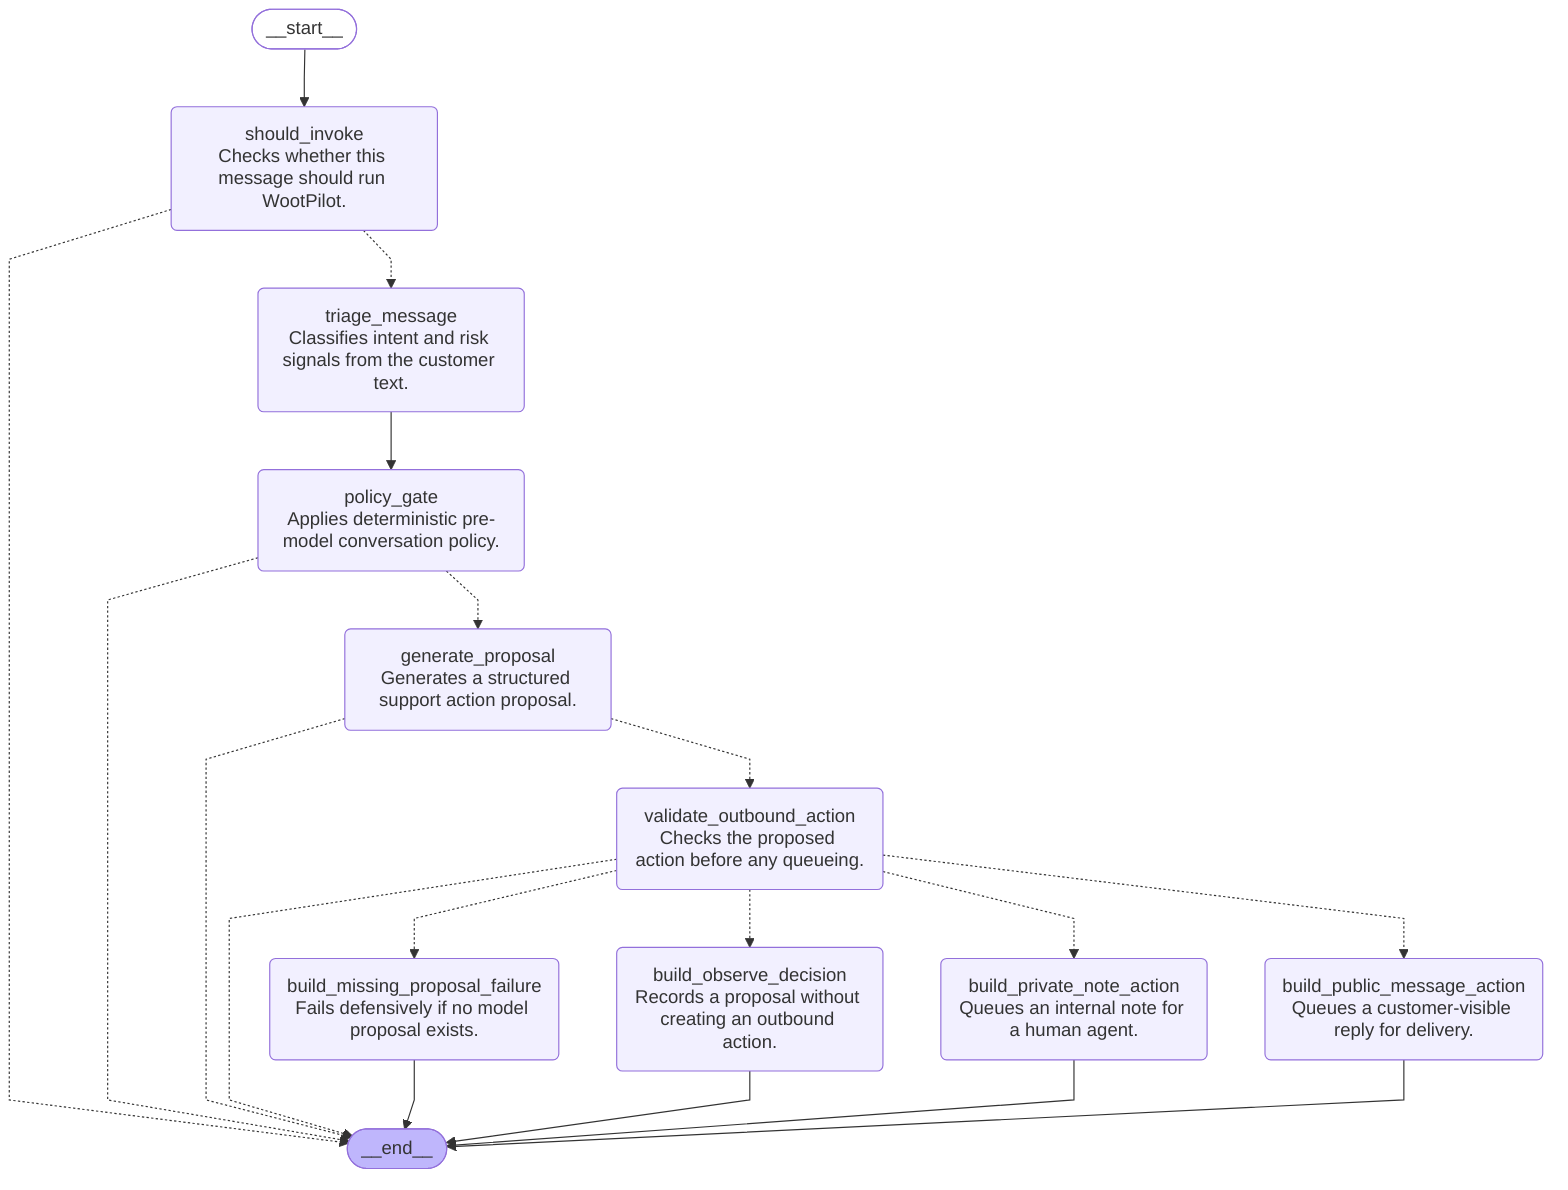
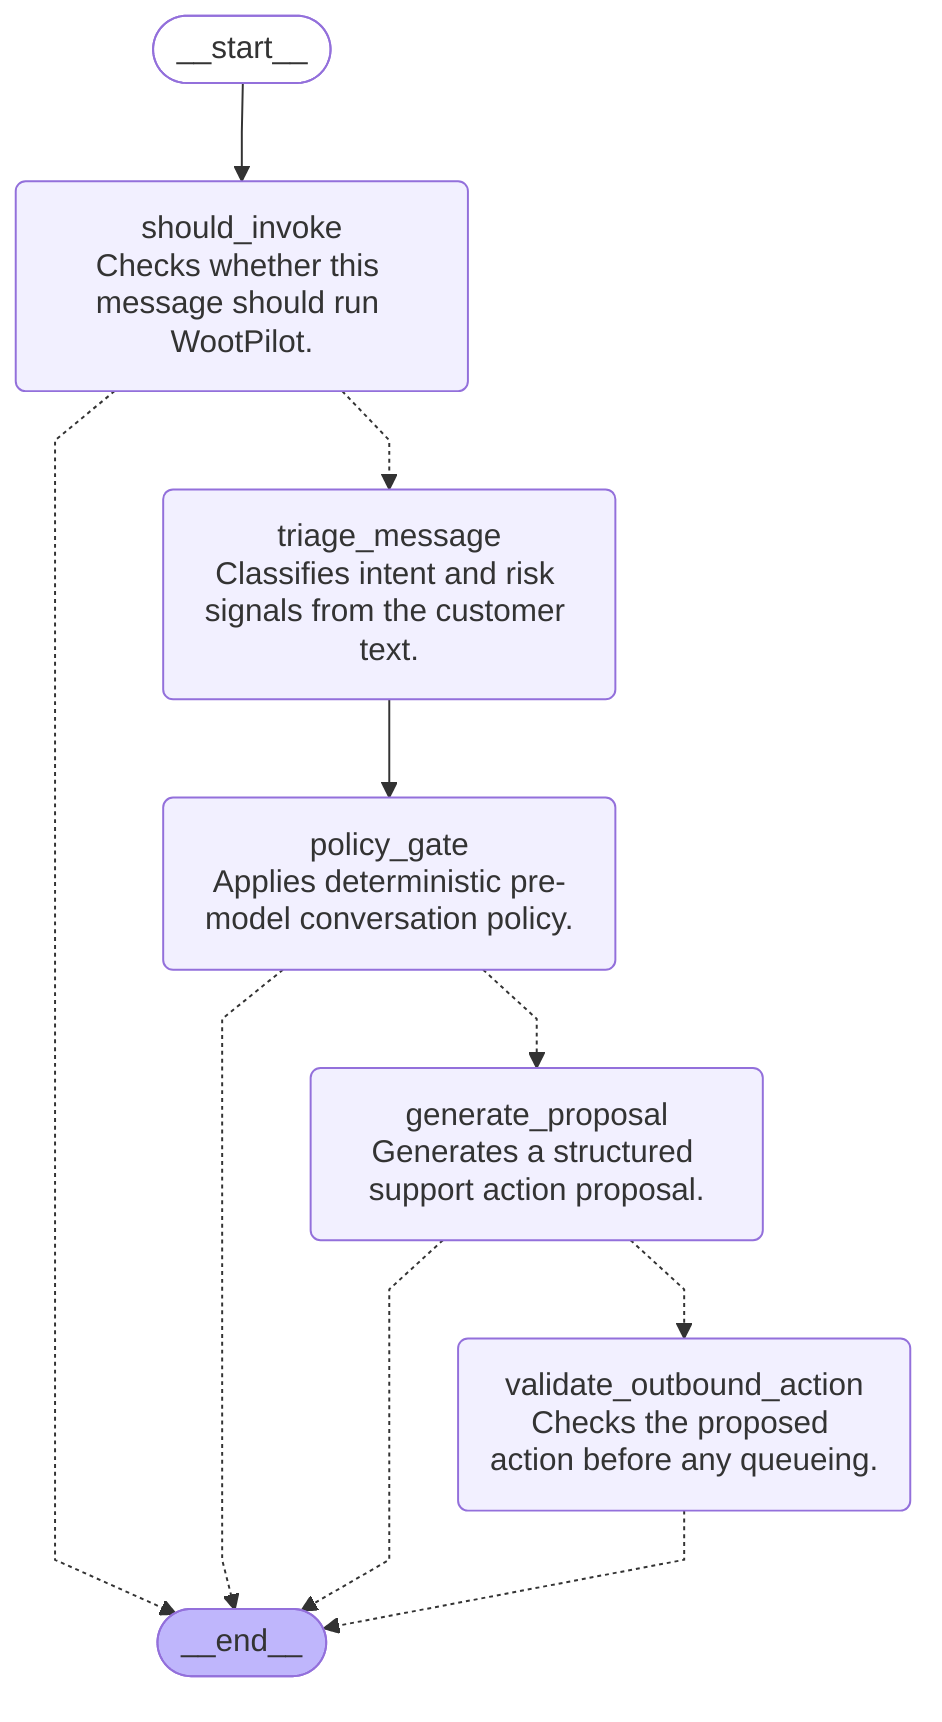
---
config:
  flowchart:
    curve: linear
---
graph TD;
	__start__([<p>__start__</p>]):::first
	should_invoke("should_invoke<br/>Checks whether this message should run WootPilot.")
	triage_message("triage_message<br/>Classifies intent and risk signals from the customer text.")
	policy_gate("policy_gate<br/>Applies deterministic pre-model conversation policy.")
	generate_proposal("generate_proposal<br/>Generates a structured support action proposal.")
	validate_outbound_action("validate_outbound_action<br/>Checks the proposed action before any queueing.")
- 	build_observe_decision("build_observe_decision<br/>Records a proposal without creating an outbound action.")
- 	build_private_note_action("build_private_note_action<br/>Queues an internal note for a human agent.")
- 	build_public_message_action("build_public_message_action<br/>Queues a customer-visible reply for delivery.")
- 	build_missing_proposal_failure("build_missing_proposal_failure<br/>Fails defensively if no model proposal exists.")
	__end__([<p>__end__</p>]):::last
	__start__ --> should_invoke;
	generate_proposal -.-> __end__;
	generate_proposal -.-> validate_outbound_action;
	policy_gate -.-> __end__;
	policy_gate -.-> generate_proposal;
	should_invoke -.-> __end__;
	should_invoke -.-> triage_message;
	triage_message --> policy_gate;
	validate_outbound_action -.-> __end__;
- 	validate_outbound_action -.-> build_missing_proposal_failure;
- 	validate_outbound_action -.-> build_observe_decision;
- 	validate_outbound_action -.-> build_private_note_action;
- 	validate_outbound_action -.-> build_public_message_action;
- 	build_missing_proposal_failure --> __end__;
- 	build_observe_decision --> __end__;
- 	build_private_note_action --> __end__;
- 	build_public_message_action --> __end__;
	classDef default fill:#f2f0ff,line-height:1.2
	classDef first fill-opacity:0
	classDef last fill:#bfb6fc
